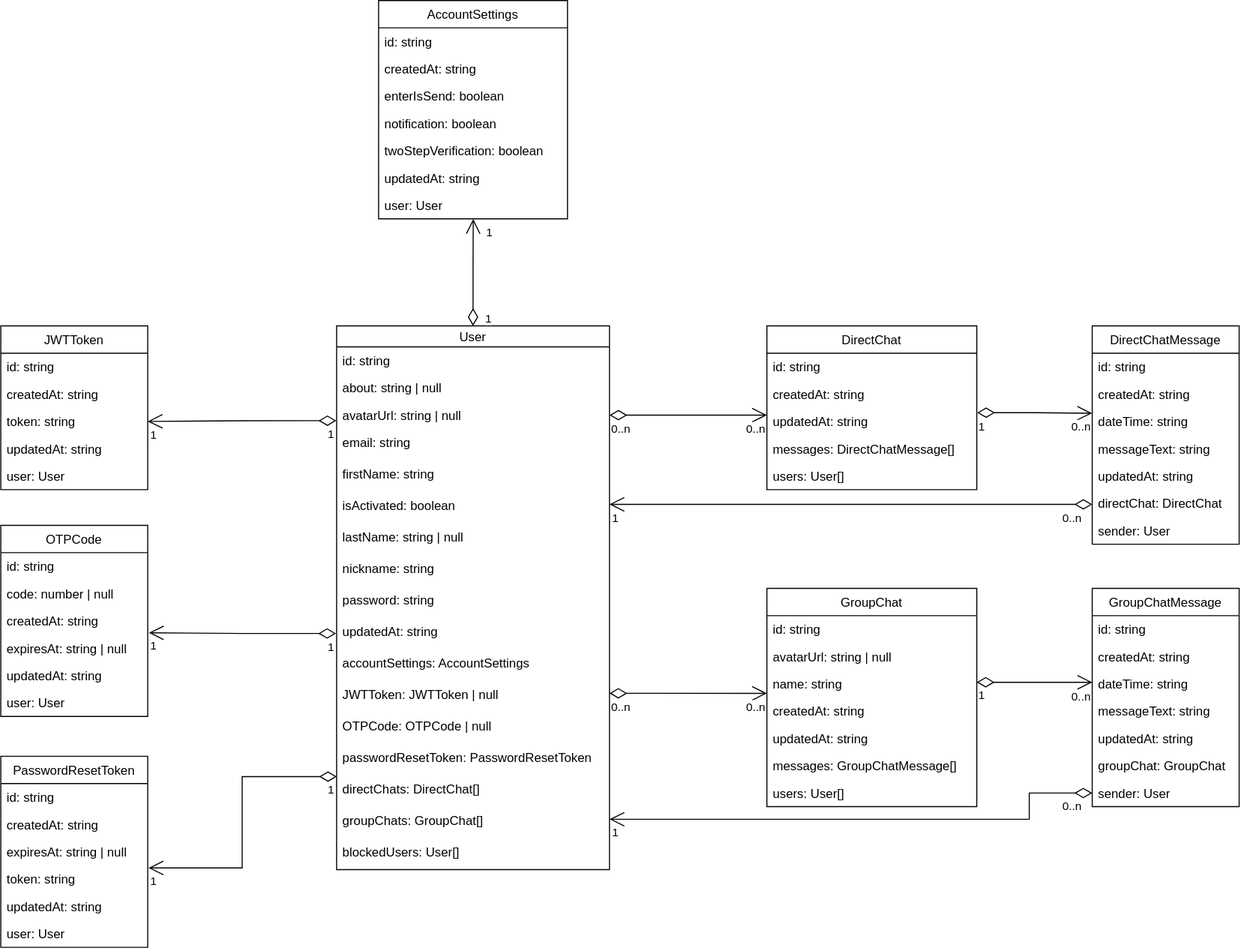
Earlier version of the draw.io export src/db/dbStructure.svg (vsupruniuk/chatify-api). Source tidied: cells renumbered, new cells last; positions are measured from the earlier drawing's top-left corner, leaving out a move shared by most shapes.
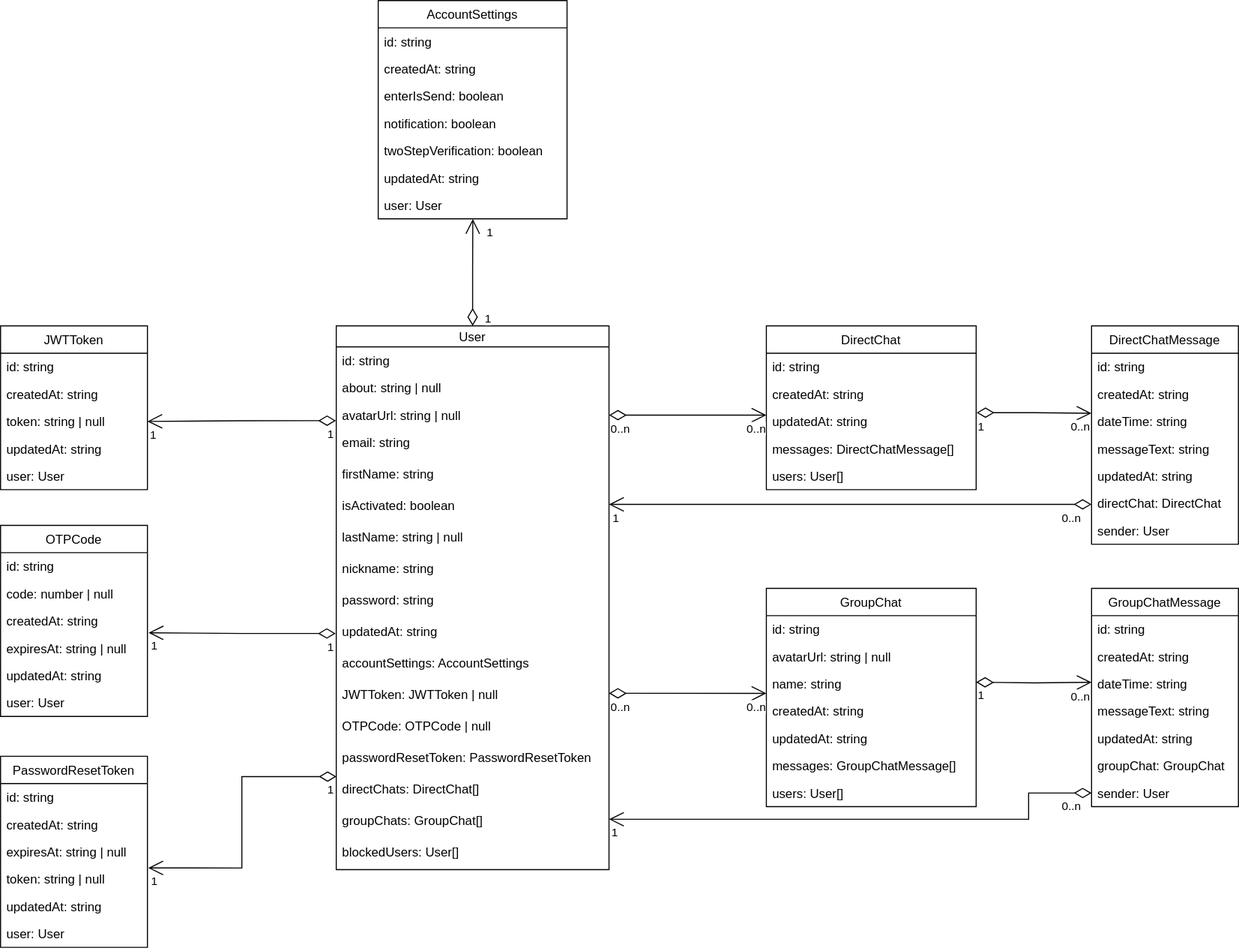
After the change.

Diff of the diagram source:
```diff
@@ -102,7 +102,7 @@
     <mxCell id="33" value="createdAt: string" style="text;strokeColor=none;fillColor=none;align=left;verticalAlign=top;spacingLeft=4;spacingRight=4;overflow=hidden;" parent="31" vertex="1">
       <mxGeometry y="52" width="140" height="26" as="geometry" />
     </mxCell>
-    <mxCell id="34" value="token: string" style="text;strokeColor=none;fillColor=none;align=left;verticalAlign=top;spacingLeft=4;spacingRight=4;overflow=hidden;points=[[0,0.5],[1,0.5]];portConstraint=eastwest;" parent="31" vertex="1">
+    <mxCell id="34" value="token: string | null" style="text;strokeColor=none;fillColor=none;align=left;verticalAlign=top;spacingLeft=4;spacingRight=4;overflow=hidden;points=[[0,0.5],[1,0.5]];portConstraint=eastwest;" parent="31" vertex="1">
       <mxGeometry y="78" width="140" height="26" as="geometry" />
     </mxCell>
     <mxCell id="35" value="updatedAt: string" style="text;strokeColor=none;fillColor=none;align=left;verticalAlign=top;spacingLeft=4;spacingRight=4;overflow=hidden;" parent="31" vertex="1">
@@ -170,7 +170,7 @@
     <mxCell id="53" value="expiresAt: string | null" style="text;strokeColor=none;fillColor=none;align=left;verticalAlign=top;spacingLeft=4;spacingRight=4;overflow=hidden;" parent="50" vertex="1">
       <mxGeometry y="78" width="140" height="26" as="geometry" />
     </mxCell>
-    <mxCell id="54" value="token: string" style="text;strokeColor=none;fillColor=none;align=left;verticalAlign=top;spacingLeft=4;spacingRight=4;overflow=hidden;points=[[0,0.5],[1,0.5]];portConstraint=eastwest;" parent="50" vertex="1">
+    <mxCell id="54" value="token: string | null" style="text;strokeColor=none;fillColor=none;align=left;verticalAlign=top;spacingLeft=4;spacingRight=4;overflow=hidden;points=[[0,0.5],[1,0.5]];portConstraint=eastwest;" parent="50" vertex="1">
       <mxGeometry y="104" width="140" height="26" as="geometry" />
     </mxCell>
     <mxCell id="55" value="updatedAt: string" style="text;strokeColor=none;fillColor=none;align=left;verticalAlign=top;spacingLeft=4;spacingRight=4;overflow=hidden;" parent="50" vertex="1">
```
